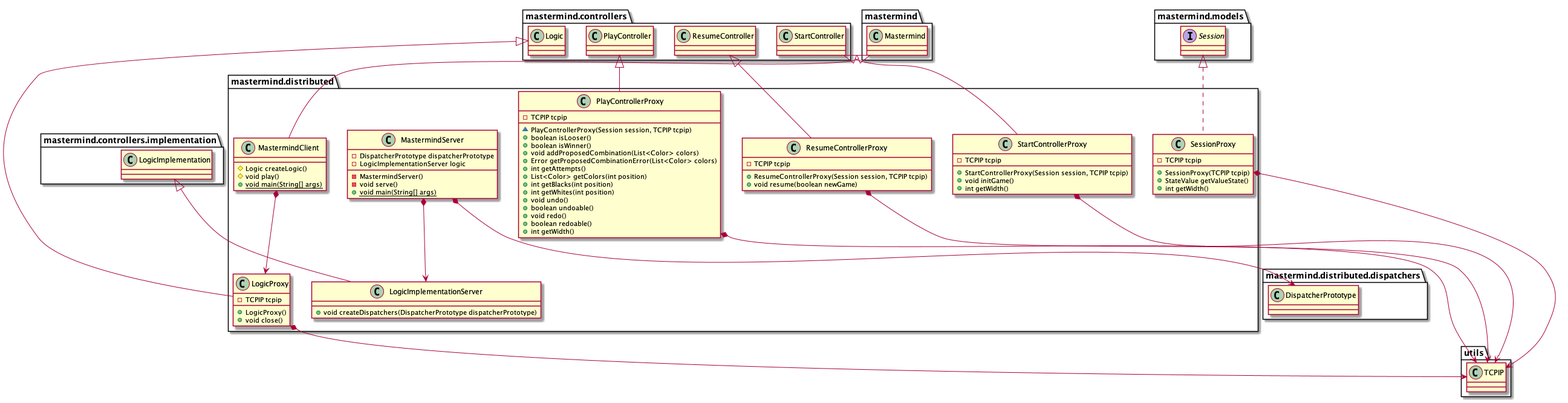
jprieto92/mastermindClientServer keeps this PlantUML diagram as docs/images/paqueteMastermindDistributed.png. Above is the earlier version. Its source is kept beside it as docs/sources/paqueteMastermindDistributed.iuml.
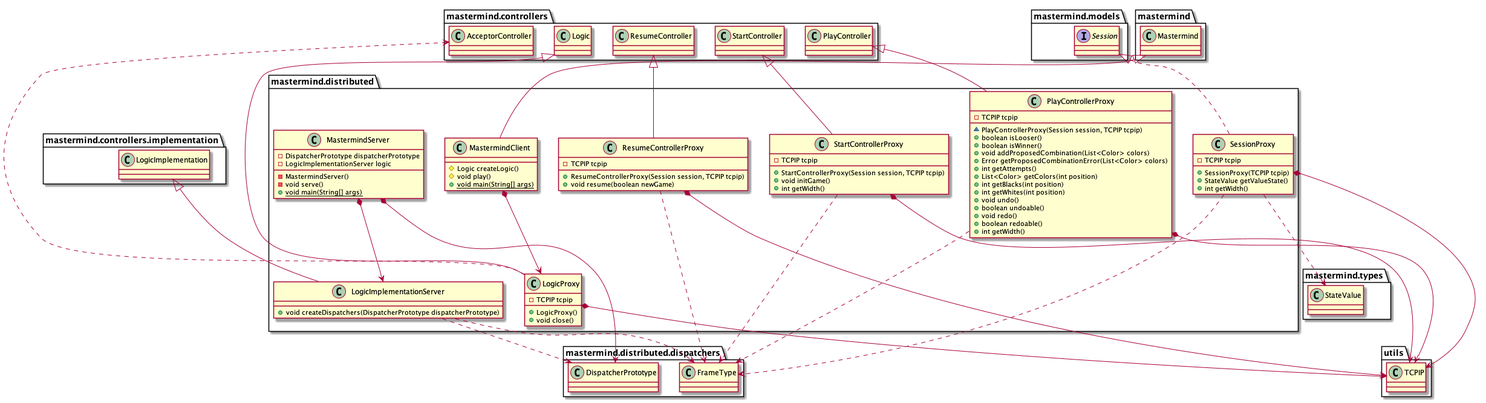
After the change.

Diff of the diagram source:
```diff
@@ -4,6 +4,8 @@
 	+void createDispatchers(DispatcherPrototype dispatcherPrototype)
 }
 mastermind.controllers.implementation.LogicImplementation <|-- mastermind.distributed.LogicImplementationServer
+mastermind.distributed.LogicImplementationServer ..> mastermind.distributed.dispatchers.DispatcherPrototype
+mastermind.distributed.LogicImplementationServer ..> mastermind.distributed.dispatchers.FrameType
 
 class mastermind.distributed.LogicProxy [[java:jprieto.mastermind.distributed.LogicProxy]] {
 	-TCPIP tcpip
@@ -12,14 +14,15 @@
 }
 mastermind.controllers.Logic <|-- mastermind.distributed.LogicProxy
 mastermind.distributed.LogicProxy *-down-> utils.TCPIP
+mastermind.distributed.LogicProxy  ..> mastermind.controllers.AcceptorController
 
 class mastermind.distributed.MastermindClient [[java:jprieto.mastermind.distributed.MastermindClient]] {
 	#Logic createLogic()
 	#void play()
 	+{static}void main(String[] args)
 }
+mastermind.Mastermind <|-- mastermind.distributed.MastermindClient
 mastermind.distributed.MastermindClient *-down-> mastermind.distributed.LogicProxy
-mastermind.Mastermind <|-- mastermind.distributed.MastermindClient
 
 class mastermind.distributed.MastermindServer [[java:jprieto.mastermind.distributed.MastermindServer]] {
 	-DispatcherPrototype dispatcherPrototype
@@ -50,6 +53,7 @@
 }
 mastermind.controllers.PlayController <|-- mastermind.distributed.PlayControllerProxy
 mastermind.distributed.PlayControllerProxy *-down-> utils.TCPIP
+mastermind.distributed.PlayControllerProxy ..> mastermind.distributed.dispatchers.FrameType
 
 class mastermind.distributed.ResumeControllerProxy [[java:jprieto.mastermind.distributed.ResumeControllerProxy]] {
 	-TCPIP tcpip
@@ -58,6 +62,7 @@
 }
 mastermind.controllers.ResumeController <|-- mastermind.distributed.ResumeControllerProxy
 mastermind.distributed.ResumeControllerProxy *-down-> utils.TCPIP
+mastermind.distributed.ResumeControllerProxy ..> mastermind.distributed.dispatchers.FrameType
 
 class mastermind.distributed.SessionProxy [[java:jprieto.mastermind.distributed.SessionProxy]] {
 	-TCPIP tcpip
@@ -69,6 +74,9 @@
 }
 mastermind.models.Session <|.. mastermind.distributed.SessionProxy
 mastermind.distributed.SessionProxy *-down-> utils.TCPIP
+mastermind.distributed.SessionProxy ..> mastermind.distributed.dispatchers.FrameType
+mastermind.distributed.SessionProxy ..> mastermind.types.StateValue
+
 
 class mastermind.distributed.StartControllerProxy [[java:jprieto.mastermind.distributed.StartControllerProxy]] {
 	-TCPIP tcpip
@@ -78,5 +86,7 @@
 }
 mastermind.controllers.StartController <|-- mastermind.distributed.StartControllerProxy
 mastermind.distributed.StartControllerProxy *-down-> utils.TCPIP
+mastermind.distributed.StartControllerProxy ..> mastermind.distributed.dispatchers.FrameType
+
 
 @enduml
```
